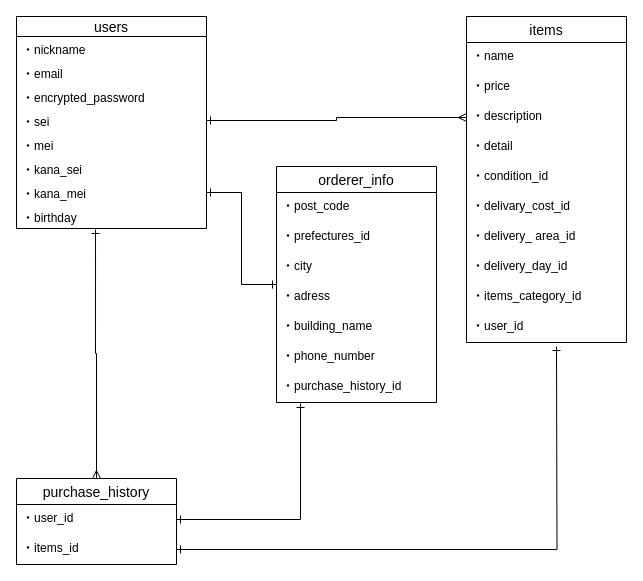
Before: ER.dio in IshigeU/furima-32338, a draw.io diagram. Source tidied: cells renumbered, new cells numbered last; positions are measured from the earlier drawing's top-left corner, leaving out a move shared by most shapes. Both pictures are drawn from the tidied source at 100%, with x=0, y=0 at pixel (16, 16).
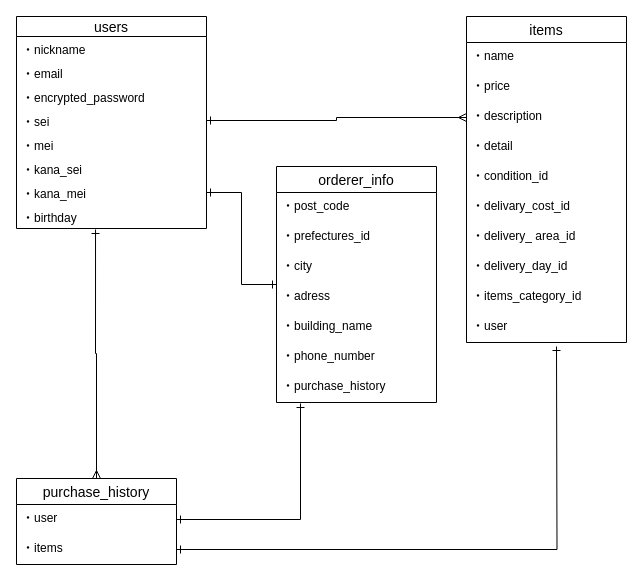
The same diagram, later.

Commit message (it also covers changes not shown here):
ER図およびREADMEの記述修正②

The change refers to these unchanged cells:
```xml
<mxCell id="12" value="items" style="swimlane;fontStyle=0;horizontal=1;startSize=26;align=center;fontSize=14;" parent="1" vertex="1">
  <mxGeometry x="450" width="160" height="326" as="geometry" />
</mxCell>
<mxCell id="24" value="orderer_info" style="swimlane;fontStyle=0;horizontal=1;startSize=26;align=center;fontSize=14;" parent="1" vertex="1">
  <mxGeometry x="260" y="150" width="160" height="236" as="geometry" />
</mxCell>
<mxCell id="33" value="purchase_history" style="swimlane;fontStyle=0;horizontal=1;startSize=26;align=center;fontSize=14;" parent="1" vertex="1">
  <mxGeometry y="462" width="160" height="86" as="geometry" />
</mxCell>
```

What changed in the source:
```diff
@@
-    <mxCell id="22" value="・user_id" style="text;strokeColor=none;fillColor=none;spacingLeft=4;spacingRight=4;overflow=hidden;fontSize=12;" parent="12" vertex="1">
+    <mxCell id="22" value="・user" style="text;strokeColor=none;fillColor=none;spacingLeft=4;spacingRight=4;overflow=hidden;fontSize=12;" parent="12" vertex="1">
       <mxGeometry y="296" width="160" height="30" as="geometry" />
     </mxCell>
@@
-    <mxCell id="31" value="・purchase_history_id" style="text;strokeColor=none;fillColor=none;spacingLeft=4;spacingRight=4;overflow=hidden;points=[[0,0.5],[1,0.5]];portConstraint=eastwest;fontSize=12;" parent="24" vertex="1">
+    <mxCell id="31" value="・purchase_history" style="text;strokeColor=none;fillColor=none;spacingLeft=4;spacingRight=4;overflow=hidden;points=[[0,0.5],[1,0.5]];portConstraint=eastwest;fontSize=12;" parent="24" vertex="1">
       <mxGeometry y="206" width="160" height="30" as="geometry" />
     </mxCell>
@@
-    <mxCell id="34" value="・user_id" style="text;strokeColor=none;fillColor=none;spacingLeft=4;spacingRight=4;overflow=hidden;points=[[0,0.5],[1,0.5]];portConstraint=eastwest;fontSize=12;" parent="33" vertex="1">
+    <mxCell id="34" value="・user" style="text;strokeColor=none;fillColor=none;spacingLeft=4;spacingRight=4;overflow=hidden;points=[[0,0.5],[1,0.5]];portConstraint=eastwest;fontSize=12;" parent="33" vertex="1">
       <mxGeometry y="26" width="160" height="30" as="geometry" />
     </mxCell>
-    <mxCell id="35" value="・items_id" style="text;strokeColor=none;fillColor=none;spacingLeft=4;spacingRight=4;overflow=hidden;points=[[0,0.5],[1,0.5]];portConstraint=eastwest;fontSize=12;" parent="33" vertex="1">
+    <mxCell id="35" value="・items" style="text;strokeColor=none;fillColor=none;spacingLeft=4;spacingRight=4;overflow=hidden;points=[[0,0.5],[1,0.5]];portConstraint=eastwest;fontSize=12;" parent="33" vertex="1">
       <mxGeometry y="56" width="160" height="30" as="geometry" />
     </mxCell>
```
